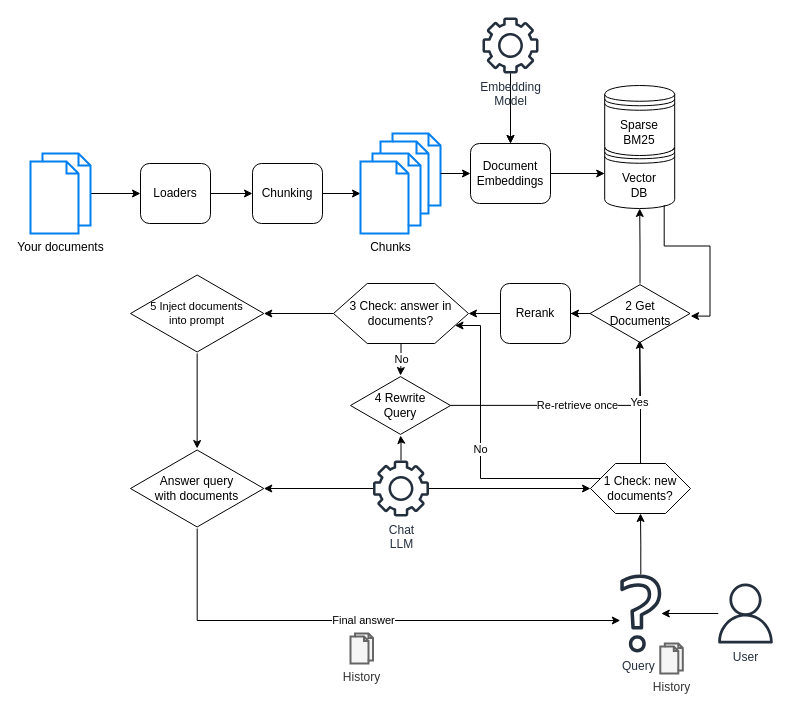
Before: ragmeup.drawio in AI-Commandos/RAGMeUp, a draw.io diagram. Source tidied: cells renumbered, new cells numbered last; positions are measured from the earlier drawing's top-left corner, leaving out a move shared by most shapes. Both pictures are drawn from the tidied source at 100%, with x=0, y=0 at pixel (30, 17).
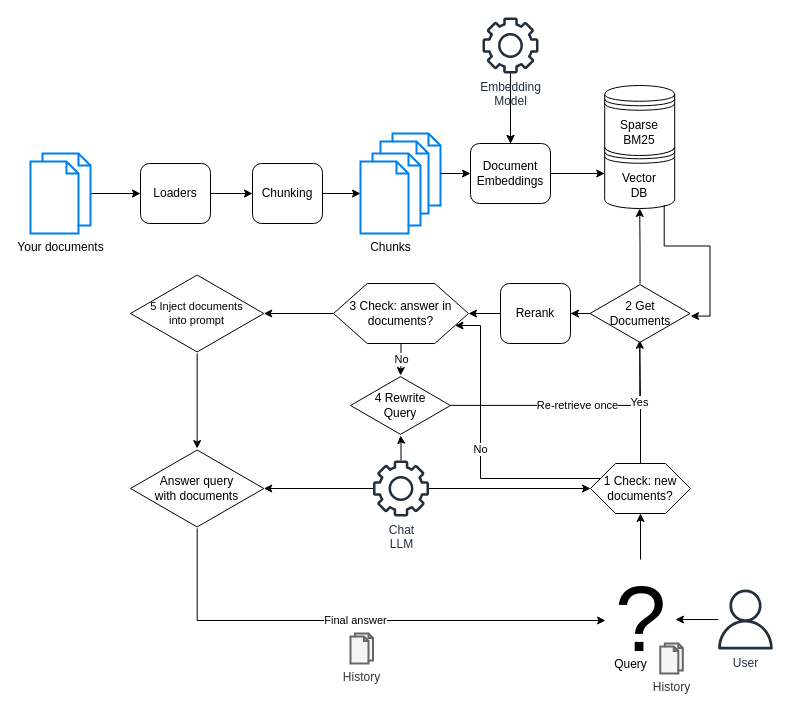
The same page after the edit.

Commit message (it also covers changes not shown here):
Full text now

Unchanged cells that the change refers to:
```xml
<mxCell id="23" value="1 Check: new documents?" style="shape=hexagon;perimeter=hexagonPerimeter2;whiteSpace=wrap;html=1;size=0.25;" parent="1" vertex="1">
  <mxGeometry x="560" y="446" width="100" height="50" as="geometry" />
</mxCell>
<mxCell id="36" value="&lt;div style=&quot;font-size: 12px;&quot;&gt;Answer query&lt;/div&gt;&lt;div style=&quot;font-size: 12px;&quot;&gt;with documents&lt;br style=&quot;font-size: 12px;&quot;&gt;&lt;/div&gt;" style="html=1;whiteSpace=wrap;shape=isoRectangle;fontSize=12;" parent="1" vertex="1">
  <mxGeometry x="100" y="431" width="133.3" height="80" as="geometry" />
</mxCell>
```

Diff of the diagram source:
```diff
@@
-    <mxCell id="17" style="edgeStyle=orthogonalEdgeStyle;rounded=0;jettySize=auto;html=1;" parent="1" edge="1" source="18" target="45">
+    <mxCell id="17" style="edgeStyle=orthogonalEdgeStyle;rounded=0;jettySize=auto;html=1;" parent="1" edge="1" source="18" target="47">
       <mxGeometry relative="1" as="geometry" />
     </mxCell>
     <mxCell id="18" value="User" style="sketch=0;outlineConnect=0;fontColor=#232F3E;gradientColor=none;fillColor=#232F3D;strokeColor=none;dashed=0;verticalLabelPosition=bottom;verticalAlign=top;align=center;html=1;fontSize=12;fontStyle=0;shape=mxgraph.aws4.user;" parent="1" vertex="1">
-      <mxGeometry x="685" y="566" width="60" height="60" as="geometry" />
+      <mxGeometry x="685" y="572" width="60" height="60" as="geometry" />
     </mxCell>
@@
-    <mxCell id="24" style="edgeStyle=orthogonalEdgeStyle;rounded=0;jettySize=auto;html=1;" parent="1" edge="1" source="45" target="23">
+    <mxCell id="24" style="edgeStyle=orthogonalEdgeStyle;rounded=0;jettySize=auto;html=1;" parent="1" edge="1" source="47" target="23">
       <mxGeometry relative="1" as="geometry" />
     </mxCell>
@@
-    <mxCell id="37" value="Final answer" style="edgeStyle=orthogonalEdgeStyle;rounded=0;jettySize=auto;html=1;" parent="1" edge="1" source="36" target="45">
+    <mxCell id="37" value="Final answer" style="edgeStyle=orthogonalEdgeStyle;rounded=0;jettySize=auto;html=1;" parent="1" edge="1" source="36" target="47">
       <mxGeometry relative="1" as="geometry">
         <Array as="points">
           <mxPoint x="167" y="603" />
         </Array>
       </mxGeometry>
     </mxCell>
@@
+    <mxCell id="46" value="History" style="html=1;verticalLabelPosition=bottom;align=center;labelBackgroundColor=#ffffff;verticalAlign=top;strokeWidth=2;strokeColor=#666666;shadow=0;dashed=0;shape=mxgraph.ios7.icons.documents;fillColor=#f5f5f5;fontColor=#333333;" parent="1" vertex="1">
+      <mxGeometry x="629.8" y="626" width="22.5" height="30" as="geometry" />
+    </mxCell>
+    <mxCell id="47" value="?" style="text;html=1;align=center;verticalAlign=middle;points=[];strokeColor=none;fillColor=none;fontSize=92;" parent="1" vertex="1">
+      <mxGeometry x="575" y="542" width="70" height="120" as="geometry" />
+    </mxCell>
-    <mxCell id="45" value="&lt;div align=&quot;left&quot;&gt;Query&lt;/div&gt;" style="sketch=0;outlineConnect=0;fontColor=#232F3E;gradientColor=none;fillColor=#232F3D;strokeColor=none;dashed=0;verticalLabelPosition=bottom;verticalAlign=top;align=left;html=1;fontSize=12;fontStyle=0;shape=mxgraph.aws4.question;" parent="1" vertex="1">
-      <mxGeometry x="589.8" y="557" width="41" height="78" as="geometry" />
+    <mxCell id="45" value="Query" style="text;html=1;align=center;verticalAlign=middle;points=[];strokeColor=none;fillColor=none;" parent="1" vertex="1">
+      <mxGeometry x="569.8" y="632" width="60" height="30" as="geometry" />
     </mxCell>
-    <mxCell id="46" value="History" style="html=1;verticalLabelPosition=bottom;align=center;labelBackgroundColor=#ffffff;verticalAlign=top;strokeWidth=2;strokeColor=#666666;shadow=0;dashed=0;shape=mxgraph.ios7.icons.documents;fillColor=#f5f5f5;fontColor=#333333;" parent="1" vertex="1">
-      <mxGeometry x="629.8" y="626" width="22.5" height="30" as="geometry" />
-    </mxCell>
```
